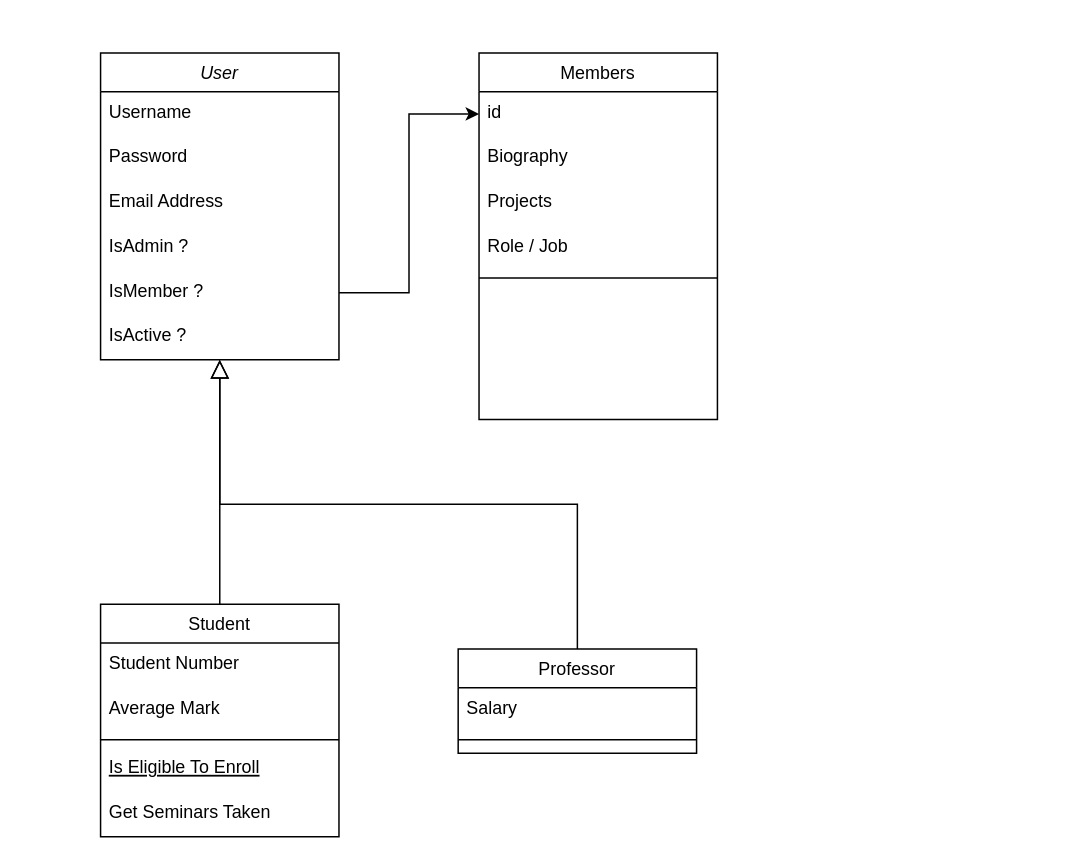
gmaOCR/Asso_Karkhiv keeps this draw.io diagram as UML Diagrams.drawio. Above is the earlier version. Source tidied: cells renumbered, new cells numbered last; positions are measured from the earlier drawing's top-left corner, leaving out a move shared by most shapes. Both pictures are drawn from the tidied source at 149%, with x=0, y=0 at pixel (100, 52).
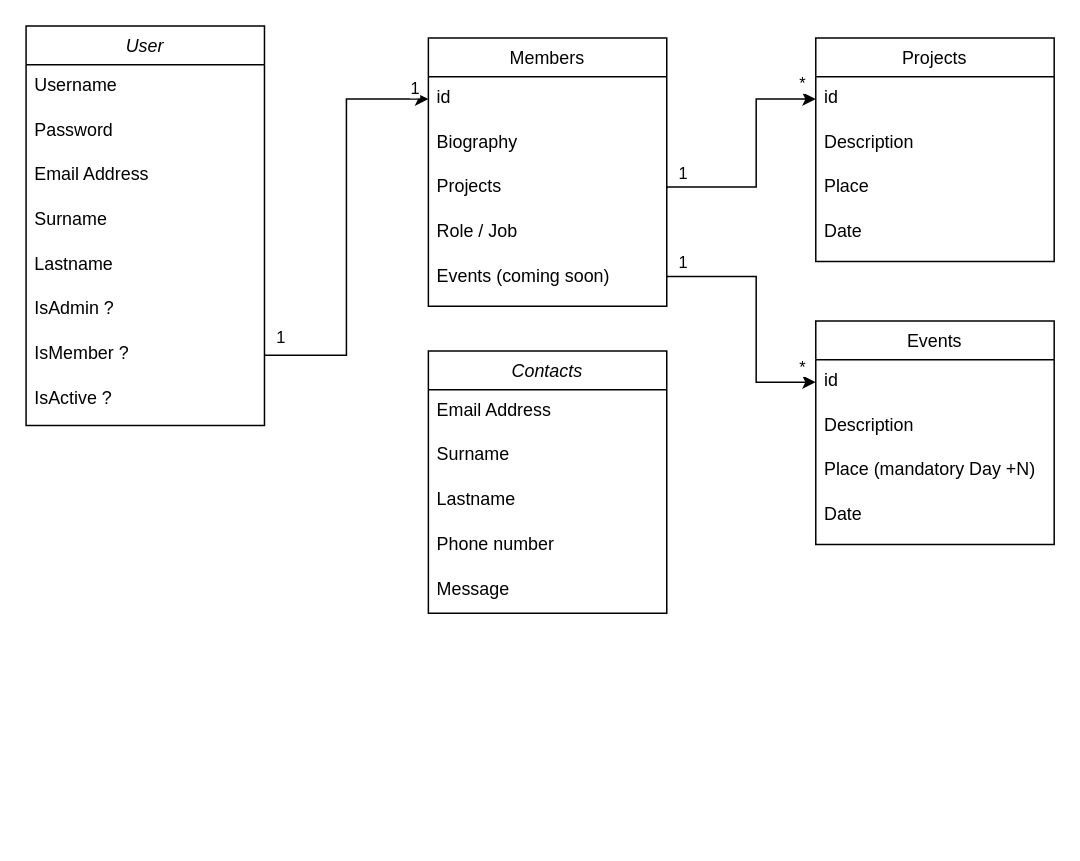
The same page after the edit.

Commit message:
Mettre à jour UML Diagrams.drawio

Unchanged cells that the change refers to:
```xml
<mxCell id="23" value="Projects" style="text;align=left;verticalAlign=top;spacingLeft=4;spacingRight=4;overflow=hidden;points=[[0,0.5],[1,0.5]];portConstraint=eastwest;rounded=0;shadow=0;html=0;" parent="20" vertex="1">
  <mxGeometry y="86" width="160" height="30" as="geometry" />
</mxCell>
<mxCell id="26" style="edgeStyle=orthogonalEdgeStyle;rounded=0;jettySize=auto;html=1;exitX=1;exitY=0.5;exitDx=0;exitDy=0;entryX=0;entryY=0.5;entryDx=0;entryDy=0;spacingTop=0;" parent="1" edge="1" source="7" target="21">
  <mxGeometry relative="1" as="geometry" />
</mxCell>
```

What changed in the source:
```diff
@@
     <mxCell id="2" value="User" style="swimlane;fontStyle=2;align=center;verticalAlign=top;horizontal=1;startSize=26;rounded=0;shadow=0;strokeWidth=1;" parent="1" vertex="1">
-      <mxGeometry width="160" height="206" as="geometry" />
+      <mxGeometry x="-50" y="-18" width="160" height="268" as="geometry" />
     </mxCell>
@@
+    <mxCell id="27" value="Surname" style="text;align=left;verticalAlign=top;spacingLeft=4;spacingRight=4;overflow=hidden;rounded=0;shadow=0;html=0;" parent="2" vertex="1">
+      <mxGeometry y="116" width="160" height="30" as="geometry" />
+    </mxCell>
+    <mxCell id="28" value="Lastname" style="text;align=left;verticalAlign=top;spacingLeft=4;spacingRight=4;overflow=hidden;rounded=0;shadow=0;html=0;" parent="2" vertex="1">
+      <mxGeometry y="146" width="160" height="30" as="geometry" />
+    </mxCell>
     <mxCell id="6" value="IsAdmin ?" style="text;align=left;verticalAlign=top;spacingLeft=4;spacingRight=4;overflow=hidden;rounded=0;shadow=0;html=0;" parent="2" vertex="1">
-      <mxGeometry y="116" width="160" height="30" as="geometry" />
+      <mxGeometry y="176" width="160" height="30" as="geometry" />
     </mxCell>
     <mxCell id="7" value="IsMember ?" style="text;align=left;verticalAlign=top;spacingLeft=4;spacingRight=4;overflow=hidden;points=[[0,0.5],[1,0.5]];portConstraint=eastwest;rounded=0;shadow=0;html=0;" parent="2" vertex="1">
-      <mxGeometry y="146" width="160" height="30" as="geometry" />
+      <mxGeometry y="206" width="160" height="30" as="geometry" />
     </mxCell>
     <mxCell id="8" value="IsActive ?" style="text;align=left;verticalAlign=top;spacingLeft=4;spacingRight=4;overflow=hidden;rounded=0;shadow=0;html=0;" parent="2" vertex="1">
-      <mxGeometry y="176" width="160" height="30" as="geometry" />
+      <mxGeometry y="236" width="160" height="30" as="geometry" />
     </mxCell>
-    <mxCell id="9" value="Student" style="swimlane;fontStyle=0;align=center;verticalAlign=top;horizontal=1;startSize=26;rounded=0;shadow=0;strokeWidth=1;" parent="1" vertex="1">
-      <mxGeometry y="370" width="160" height="156" as="geometry" />
-    </mxCell>
-    <mxCell id="10" value="Student Number" style="text;align=left;verticalAlign=top;spacingLeft=4;spacingRight=4;overflow=hidden;" parent="9" vertex="1">
-      <mxGeometry y="26" width="160" height="30" as="geometry" />
-    </mxCell>
-    <mxCell id="11" value="Average Mark" style="text;align=left;verticalAlign=top;spacingLeft=4;spacingRight=4;overflow=hidden;rounded=0;shadow=0;html=0;" parent="9" vertex="1">
-      <mxGeometry y="56" width="160" height="30" as="geometry" />
-    </mxCell>
-    <mxCell id="12" style="line;html=1;strokeWidth=1;align=left;verticalAlign=middle;spacingTop=-1;spacingLeft=3;spacingRight=3;labelPosition=right;" parent="9" vertex="1">
-      <mxGeometry y="86" width="160" height="10" as="geometry" />
-    </mxCell>
-    <mxCell id="13" value="Is Eligible To Enroll" style="text;align=left;verticalAlign=top;spacingLeft=4;spacingRight=4;overflow=hidden;fontStyle=4;" parent="9" vertex="1">
-      <mxGeometry y="96" width="160" height="30" as="geometry" />
-    </mxCell>
-    <mxCell id="14" value="Get Seminars Taken" style="text;align=left;verticalAlign=top;spacingLeft=4;spacingRight=4;overflow=hidden;" parent="9" vertex="1">
-      <mxGeometry y="126" width="160" height="30" as="geometry" />
-    </mxCell>
-    <mxCell id="15" style="endArrow=block;endSize=10;endFill=0;shadow=0;strokeWidth=1;rounded=0;edgeStyle=elbowEdgeStyle;elbow=vertical;" parent="1" edge="1" source="9" target="2">
-      <mxGeometry relative="1" as="geometry" />
-    </mxCell>
-    <mxCell id="16" value="Professor" style="swimlane;fontStyle=0;align=center;verticalAlign=top;horizontal=1;startSize=26;rounded=0;shadow=0;strokeWidth=1;" parent="1" vertex="1">
-      <mxGeometry x="240" y="400" width="160" height="70" as="geometry" />
-    </mxCell>
-    <mxCell id="17" value="Salary" style="text;align=left;verticalAlign=top;spacingLeft=4;spacingRight=4;overflow=hidden;" parent="16" vertex="1">
-      <mxGeometry y="26" width="160" height="30" as="geometry" />
-    </mxCell>
-    <mxCell id="18" style="line;html=1;strokeWidth=1;align=left;verticalAlign=middle;spacingTop=-1;spacingLeft=3;spacingRight=3;labelPosition=right;" parent="16" vertex="1">
-      <mxGeometry y="56" width="160" height="10" as="geometry" />
-    </mxCell>
-    <mxCell id="19" style="endArrow=block;endSize=10;endFill=0;shadow=0;strokeWidth=1;rounded=0;edgeStyle=elbowEdgeStyle;elbow=vertical;" parent="1" edge="1" source="16" target="2">
-      <mxGeometry relative="1" as="geometry" />
-    </mxCell>
     <mxCell id="20" value="Members" style="swimlane;fontStyle=0;align=center;verticalAlign=top;horizontal=1;startSize=26;rounded=0;shadow=0;strokeWidth=1;" parent="1" vertex="1">
-      <mxGeometry x="254" width="160" height="246" as="geometry" />
+      <mxGeometry x="220" y="-10" width="160" height="180" as="geometry" />
     </mxCell>
@@
-    <mxCell id="25" style="line;html=1;strokeWidth=1;align=left;verticalAlign=middle;spacingTop=-1;spacingLeft=3;spacingRight=3;labelPosition=right;" parent="20" vertex="1">
-      <mxGeometry y="146" width="160" height="10" as="geometry" />
-    </mxCell>
+    <mxCell id="29" value="Events (coming soon)" style="text;align=left;verticalAlign=top;spacingLeft=4;spacingRight=4;overflow=hidden;points=[[0,0.5],[1,0.5]];portConstraint=eastwest;rounded=0;shadow=0;html=0;" parent="20" vertex="1">
+      <mxGeometry y="146" width="160" height="30" as="geometry" />
+    </mxCell>
@@
+    <mxCell id="30" value="1" style="edgeLabel;html=1;align=center;verticalAlign=middle;" parent="26" vertex="1">
+      <mxGeometry x="0.81" y="-1" relative="1" as="geometry">
+        <mxPoint x="17" y="-9" as="offset" />
+      </mxGeometry>
+    </mxCell>
+    <mxCell id="31" value="1" style="edgeLabel;html=1;align=center;verticalAlign=middle;" parent="26" vertex="1">
+      <mxGeometry x="-0.8" y="1" relative="1" as="geometry">
+        <mxPoint x="-18" y="-12" as="offset" />
+      </mxGeometry>
+    </mxCell>
+    <mxCell id="32" value="Projects" style="swimlane;fontStyle=0;align=center;verticalAlign=top;horizontal=1;startSize=26;rounded=0;shadow=0;strokeWidth=1;" parent="1" vertex="1">
+      <mxGeometry x="480" y="-10" width="160" height="150" as="geometry" />
+    </mxCell>
+    <mxCell id="33" value="id" style="text;align=left;verticalAlign=top;spacingLeft=4;spacingRight=4;overflow=hidden;points=[[0,0.5],[1,0.5]];portConstraint=eastwest;" parent="32" vertex="1">
+      <mxGeometry y="26" width="160" height="30" as="geometry" />
+    </mxCell>
+    <mxCell id="34" value="Description" style="text;align=left;verticalAlign=top;spacingLeft=4;spacingRight=4;overflow=hidden;rounded=0;shadow=0;html=0;" parent="32" vertex="1">
+      <mxGeometry y="56" width="160" height="30" as="geometry" />
+    </mxCell>
+    <mxCell id="35" value="Place" style="text;align=left;verticalAlign=top;spacingLeft=4;spacingRight=4;overflow=hidden;rounded=0;shadow=0;html=0;" parent="32" vertex="1">
+      <mxGeometry y="86" width="160" height="30" as="geometry" />
+    </mxCell>
+    <mxCell id="36" value="Date" style="text;align=left;verticalAlign=top;spacingLeft=4;spacingRight=4;overflow=hidden;rounded=0;shadow=0;html=0;" parent="32" vertex="1">
+      <mxGeometry y="116" width="160" height="30" as="geometry" />
+    </mxCell>
+    <mxCell id="37" style="edgeStyle=orthogonalEdgeStyle;rounded=0;jettySize=auto;html=1;entryX=0;entryY=0.5;entryDx=0;entryDy=0;exitX=1;exitY=0.5;exitDx=0;exitDy=0;" parent="1" edge="1" source="23" target="33">
+      <mxGeometry x="-0.81" y="21" relative="1" as="geometry">
+        <Array as="points">
+          <mxPoint x="440" y="90" />
+          <mxPoint x="440" y="31" />
+        </Array>
+      </mxGeometry>
+    </mxCell>
+    <mxCell id="38" value="1" style="edgeLabel;html=1;align=center;verticalAlign=middle;" parent="37" vertex="1">
+      <mxGeometry x="-0.57" y="1" relative="1" as="geometry">
+        <mxPoint x="-23" y="-9" as="offset" />
+      </mxGeometry>
+    </mxCell>
+    <mxCell id="39" value="*" style="edgeLabel;html=1;align=center;verticalAlign=middle;" parent="37" vertex="1">
+      <mxGeometry x="0.75" y="1" relative="1" as="geometry">
+        <mxPoint x="10" y="-10" as="offset" />
+      </mxGeometry>
+    </mxCell>
+    <mxCell id="40" value="Events" style="swimlane;fontStyle=0;align=center;verticalAlign=top;horizontal=1;startSize=26;rounded=0;shadow=0;strokeWidth=1;" parent="1" vertex="1">
+      <mxGeometry x="480" y="180" width="160" height="150" as="geometry" />
+    </mxCell>
+    <mxCell id="41" value="id" style="text;align=left;verticalAlign=top;spacingLeft=4;spacingRight=4;overflow=hidden;points=[[0,0.5],[1,0.5]];portConstraint=eastwest;" parent="40" vertex="1">
+      <mxGeometry y="26" width="160" height="30" as="geometry" />
+    </mxCell>
+    <mxCell id="42" value="Description" style="text;align=left;verticalAlign=top;spacingLeft=4;spacingRight=4;overflow=hidden;rounded=0;shadow=0;html=0;" parent="40" vertex="1">
+      <mxGeometry y="56" width="160" height="30" as="geometry" />
+    </mxCell>
+    <mxCell id="43" value="Place (mandatory Day +N)" style="text;align=left;verticalAlign=top;spacingLeft=4;spacingRight=4;overflow=hidden;rounded=0;shadow=0;html=0;" parent="40" vertex="1">
+      <mxGeometry y="86" width="160" height="30" as="geometry" />
+    </mxCell>
+    <mxCell id="44" value="Date" style="text;align=left;verticalAlign=top;spacingLeft=4;spacingRight=4;overflow=hidden;rounded=0;shadow=0;html=0;" parent="40" vertex="1">
+      <mxGeometry y="116" width="160" height="30" as="geometry" />
+    </mxCell>
+    <mxCell id="45" style="edgeStyle=orthogonalEdgeStyle;rounded=0;jettySize=auto;html=1;entryX=0;entryY=0.5;entryDx=0;entryDy=0;" parent="1" edge="1" source="29" target="41">
+      <mxGeometry x="-0.81" y="21" relative="1" as="geometry">
+        <Array as="points">
+          <mxPoint x="440" y="150" />
+          <mxPoint x="440" y="221" />
+        </Array>
+      </mxGeometry>
+    </mxCell>
+    <mxCell id="46" value="1" style="edgeLabel;html=1;align=center;verticalAlign=middle;" parent="45" vertex="1">
+      <mxGeometry x="-0.64" relative="1" as="geometry">
+        <mxPoint x="-21" y="-10" as="offset" />
+      </mxGeometry>
+    </mxCell>
+    <mxCell id="47" value="*" style="edgeLabel;html=1;align=center;verticalAlign=middle;" parent="45" vertex="1">
+      <mxGeometry x="0.78" y="1" relative="1" as="geometry">
+        <mxPoint x="9" y="-10" as="offset" />
+      </mxGeometry>
+    </mxCell>
+    <mxCell id="48" value="Contacts" style="swimlane;fontStyle=2;align=center;verticalAlign=top;horizontal=1;startSize=26;rounded=0;shadow=0;strokeWidth=1;" parent="1" vertex="1">
+      <mxGeometry x="220" y="200" width="160" height="176" as="geometry" />
+    </mxCell>
+    <mxCell id="49" value="Email Address" style="text;align=left;verticalAlign=top;spacingLeft=4;spacingRight=4;overflow=hidden;rounded=0;shadow=0;html=0;" parent="48" vertex="1">
+      <mxGeometry y="26" width="160" height="30" as="geometry" />
+    </mxCell>
+    <mxCell id="50" value="Surname" style="text;align=left;verticalAlign=top;spacingLeft=4;spacingRight=4;overflow=hidden;rounded=0;shadow=0;html=0;" parent="48" vertex="1">
+      <mxGeometry y="56" width="160" height="30" as="geometry" />
+    </mxCell>
+    <mxCell id="51" value="Lastname" style="text;align=left;verticalAlign=top;spacingLeft=4;spacingRight=4;overflow=hidden;rounded=0;shadow=0;html=0;" parent="48" vertex="1">
+      <mxGeometry y="86" width="160" height="30" as="geometry" />
+    </mxCell>
+    <mxCell id="52" value="Phone number" style="text;align=left;verticalAlign=top;spacingLeft=4;spacingRight=4;overflow=hidden;rounded=0;shadow=0;html=0;" parent="48" vertex="1">
+      <mxGeometry y="116" width="160" height="30" as="geometry" />
+    </mxCell>
+    <mxCell id="53" value="Message" style="text;align=left;verticalAlign=top;spacingLeft=4;spacingRight=4;overflow=hidden;rounded=0;shadow=0;html=0;" parent="48" vertex="1">
+      <mxGeometry y="146" width="160" height="30" as="geometry" />
+    </mxCell>
```
